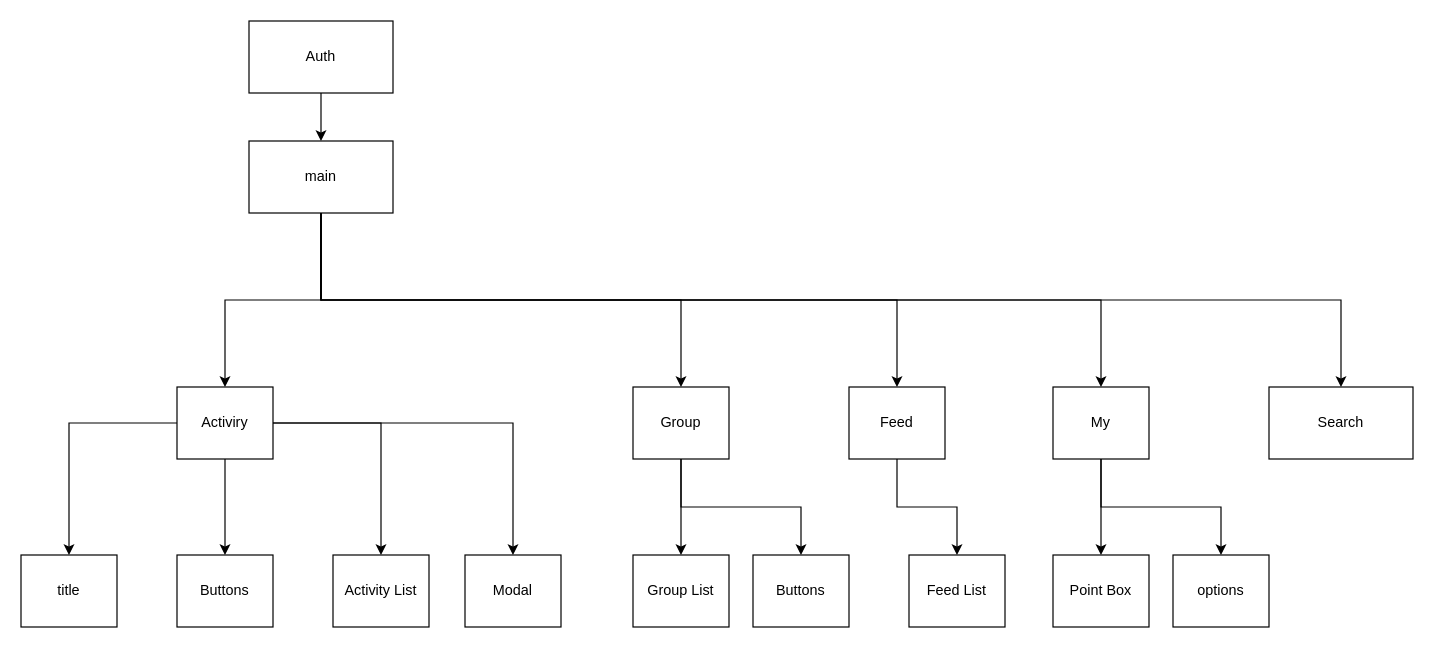
lim6112j/Diagrams keeps this draw.io diagram as defora_react.drawio. Above is the earlier version. Source tidied: cells renumbered, new cells numbered last; positions are measured from the earlier drawing's top-left corner, leaving out a move shared by most shapes. Both pictures are drawn from the tidied source at 120%, with x=0, y=0 at pixel (20, 20).
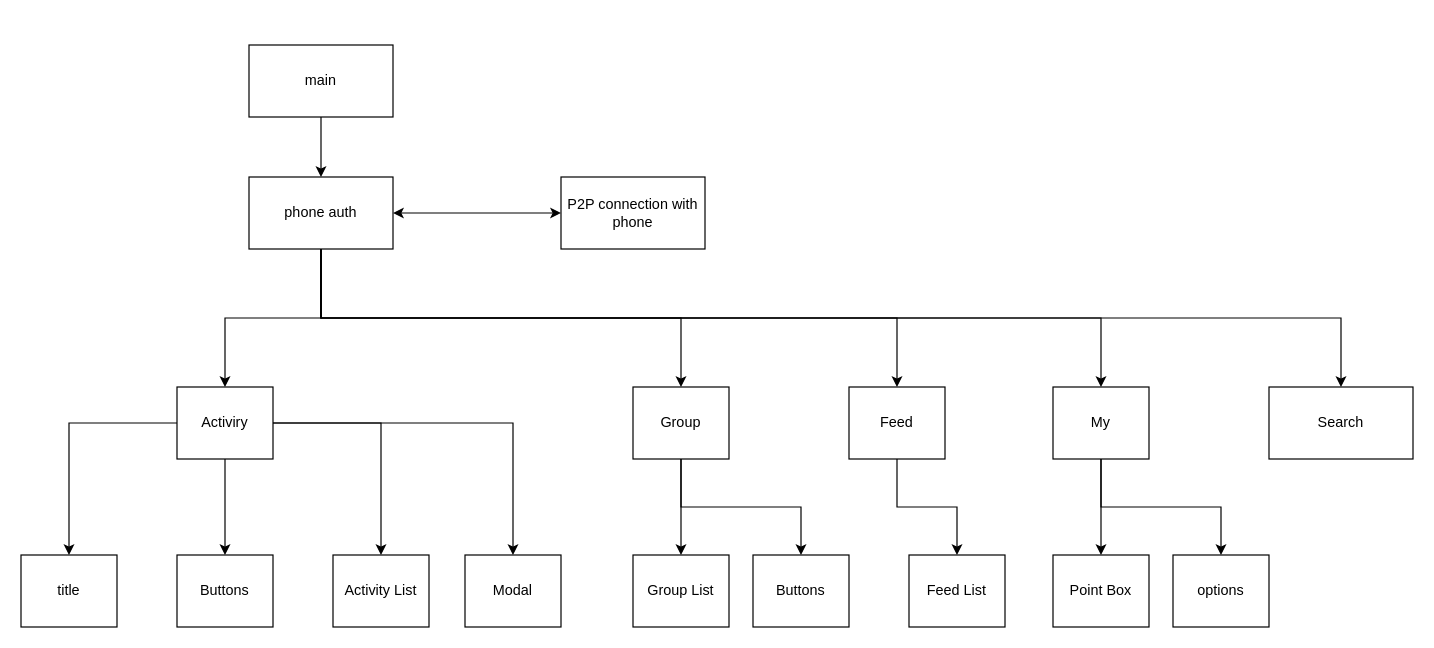
Above is the later version.

Change to the diagram source:
```diff
@@
-    <mxCell id="7" value="main" style="whiteSpace=wrap;html=1;align=center;newEdgeStyle={&quot;edgeStyle&quot;:&quot;elbowEdgeStyle&quot;,&quot;startArrow&quot;:&quot;none&quot;,&quot;endArrow&quot;:&quot;none&quot;};" parent="1" vertex="1">
-      <mxGeometry x="190" y="100" width="120" height="60" as="geometry" />
+    <mxCell id="7" value="phone auth" style="whiteSpace=wrap;html=1;align=center;newEdgeStyle={&quot;edgeStyle&quot;:&quot;elbowEdgeStyle&quot;,&quot;startArrow&quot;:&quot;none&quot;,&quot;endArrow&quot;:&quot;none&quot;};" parent="1" vertex="1">
+      <mxGeometry x="190" y="130" width="120" height="60" as="geometry" />
     </mxCell>
@@
-    <mxCell id="29" style="edgeStyle=orthogonalEdgeStyle;rounded=0;jettySize=auto;html=1;exitX=0.5;exitY=1;exitDx=0;exitDy=0;entryX=0.5;entryY=0;entryDx=0;entryDy=0;" parent="1" edge="1" source="30" target="7">
-      <mxGeometry relative="1" as="geometry" />
-    </mxCell>
-    <mxCell id="30" value="Auth" style="whiteSpace=wrap;html=1;align=center;newEdgeStyle={&quot;edgeStyle&quot;:&quot;elbowEdgeStyle&quot;,&quot;startArrow&quot;:&quot;none&quot;,&quot;endArrow&quot;:&quot;none&quot;};" parent="1" vertex="1">
-      <mxGeometry x="190" width="120" height="60" as="geometry" />
-    </mxCell>
@@
+    <mxCell id="33" style="edgeStyle=orthogonalEdgeStyle;rounded=0;jettySize=auto;html=1;exitX=0.5;exitY=1;exitDx=0;exitDy=0;entryX=0.5;entryY=0;entryDx=0;entryDy=0;" parent="1" edge="1" source="34" target="7">
+      <mxGeometry relative="1" as="geometry" />
+    </mxCell>
+    <mxCell id="34" value="main" style="whiteSpace=wrap;html=1;align=center;newEdgeStyle={&quot;edgeStyle&quot;:&quot;elbowEdgeStyle&quot;,&quot;startArrow&quot;:&quot;none&quot;,&quot;endArrow&quot;:&quot;none&quot;};" parent="1" vertex="1">
+      <mxGeometry x="190" y="20" width="120" height="60" as="geometry" />
+    </mxCell>
+    <mxCell id="35" value="P2P connection with phone" style="rounded=0;whiteSpace=wrap;html=1;" parent="1" vertex="1">
+      <mxGeometry x="450" y="130" width="120" height="60" as="geometry" />
+    </mxCell>
+    <mxCell id="36" style="endArrow=classic;startArrow=classic;html=1;exitX=1;exitY=0.5;exitDx=0;exitDy=0;entryX=0;entryY=0.5;entryDx=0;entryDy=0;" parent="1" edge="1" source="7" target="35">
+      <mxGeometry relative="1" as="geometry" />
+    </mxCell>
```
